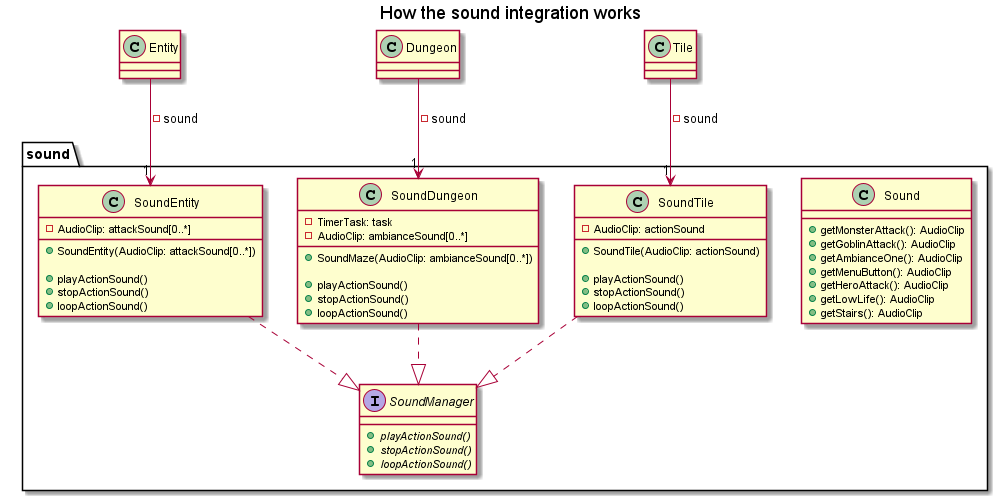
The PlantUML diagram doc/4_sprint/diagrams/class/sound.png in Reynault/ACL_2019_Zelpop, before a commit.
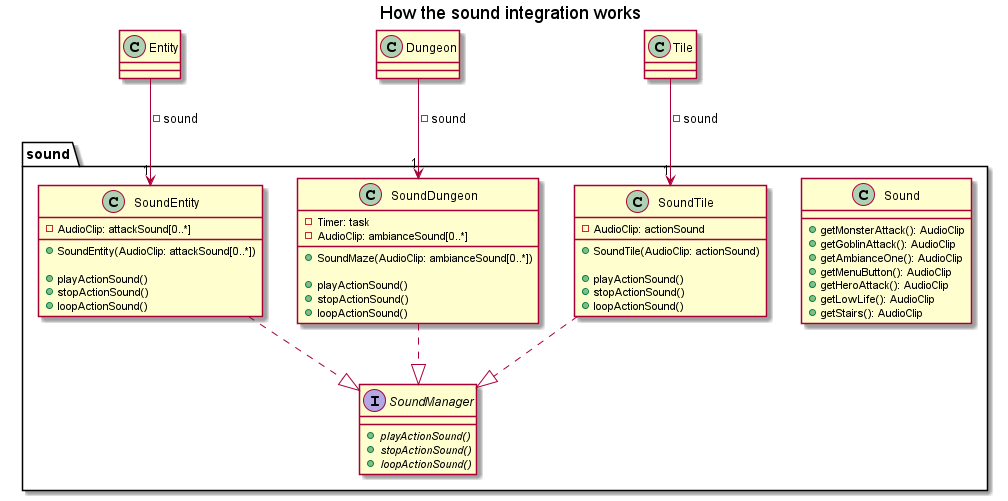
Later version of the same file.

Commit message:
Third sprint: modifying sound conception

Change to the diagram source:
```diff
@@ -35,7 +35,7 @@
     }
 
     class SoundDungeon{
-        - TimerTask: task
+        - Timer: task
         - AudioClip: ambianceSound[0..*]
 
         + SoundMaze(AudioClip: ambianceSound[0..*])
```
